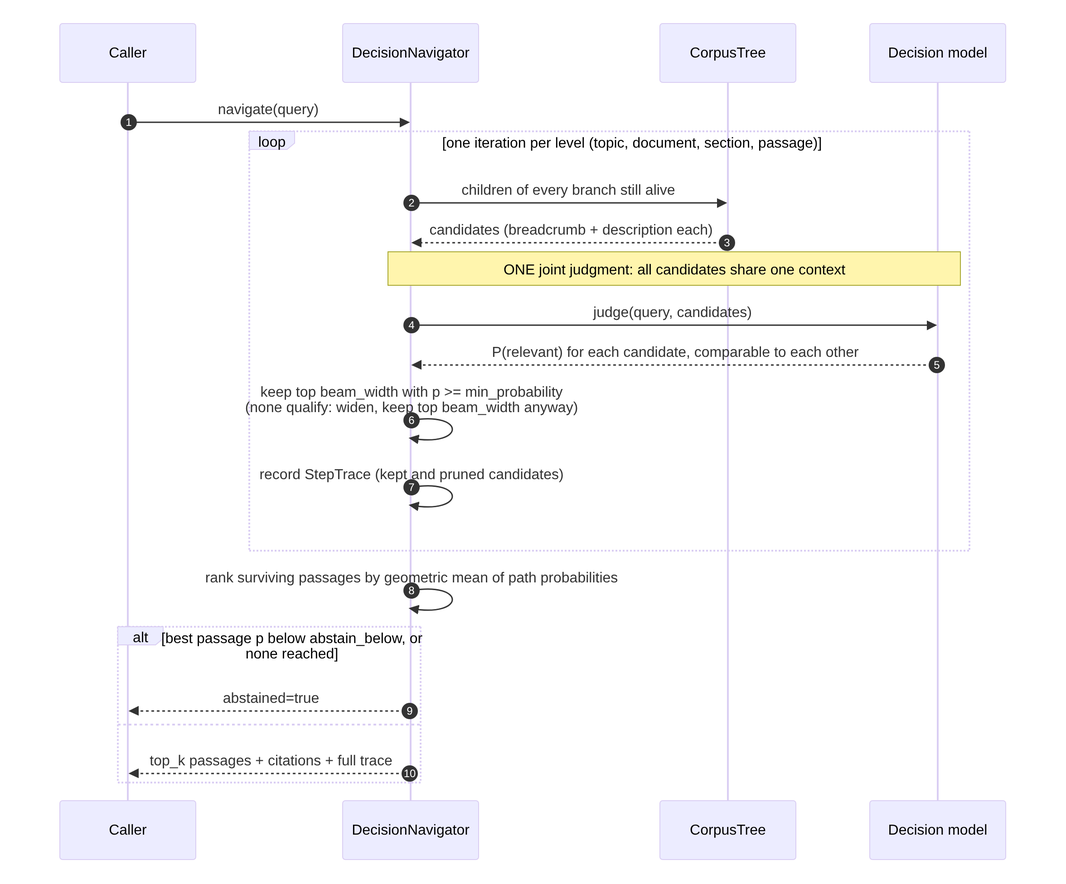
Earlier version of the Mermaid export agents/decision_rag/docs/images/03-navigation-sequence.png (biswajitNanda223/AgentVerse). Its source is kept beside it as agents/decision_rag/docs/diagrams/03-navigation-sequence.mmd. Its diagram source:
```mermaid
sequenceDiagram
  autonumber
  participant U as Caller
  participant N as DecisionNavigator
  participant T as CorpusTree
  participant M as Decision model
  U->>N: navigate(query)
  loop one iteration per level (topic, document, section, passage)
    N->>T: children of every branch still alive
    T-->>N: candidates (breadcrumb + description each)
    Note over N,M: ONE joint judgment: all candidates share one context
    N->>M: judge(query, candidates)
    M-->>N: P(relevant) for each candidate, comparable to each other
    N->>N: keep top beam_width with p >= min_probability<br/>(none qualify: widen, keep top beam_width anyway)
    N->>N: record StepTrace (kept and pruned candidates)
  end
  N->>N: rank surviving passages by geometric mean of path probabilities
  alt best passage p below abstain_below, or none reached
    N-->>U: abstained=true
  else
    N-->>U: top_k passages + citations + full trace
  end
```
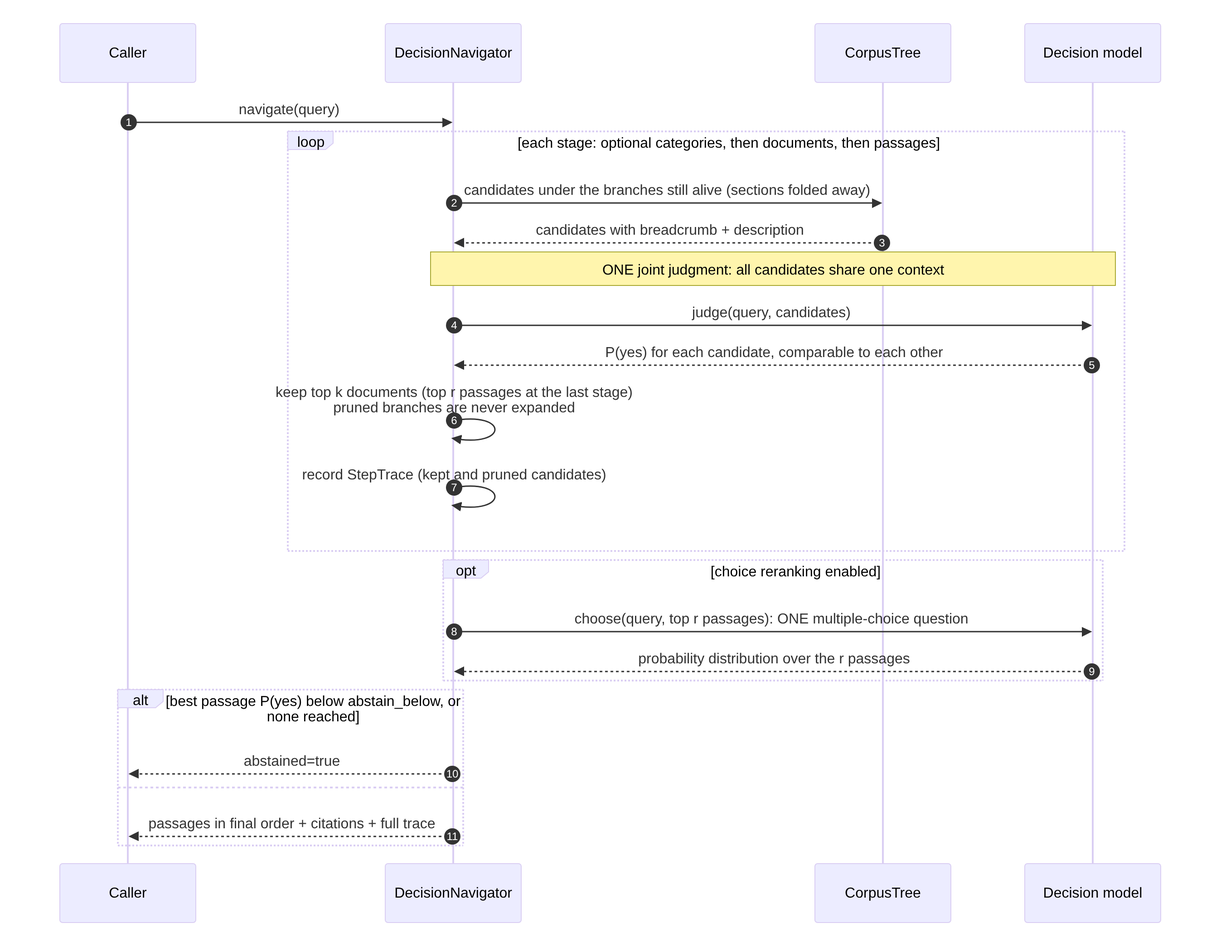
After the commit.

Change to the diagram source:
```diff
@@ -5,18 +5,21 @@
   participant T as CorpusTree
   participant M as Decision model
   U->>N: navigate(query)
-  loop one iteration per level (topic, document, section, passage)
-    N->>T: children of every branch still alive
-    T-->>N: candidates (breadcrumb + description each)
+  loop each stage: optional categories, then documents, then passages
+    N->>T: candidates under the branches still alive (sections folded away)
+    T-->>N: candidates with breadcrumb + description
     Note over N,M: ONE joint judgment: all candidates share one context
     N->>M: judge(query, candidates)
-    M-->>N: P(relevant) for each candidate, comparable to each other
-    N->>N: keep top beam_width with p >= min_probability<br/>(none qualify: widen, keep top beam_width anyway)
+    M-->>N: P(yes) for each candidate, comparable to each other
+    N->>N: keep top k documents (top r passages at the last stage)<br/>pruned branches are never expanded
     N->>N: record StepTrace (kept and pruned candidates)
   end
-  N->>N: rank surviving passages by geometric mean of path probabilities
-  alt best passage p below abstain_below, or none reached
+  opt choice reranking enabled
+    N->>M: choose(query, top r passages): ONE multiple-choice question
+    M-->>N: probability distribution over the r passages
+  end
+  alt best passage P(yes) below abstain_below, or none reached
     N-->>U: abstained=true
   else
-    N-->>U: top_k passages + citations + full trace
+    N-->>U: passages in final order + citations + full trace
   end
```
